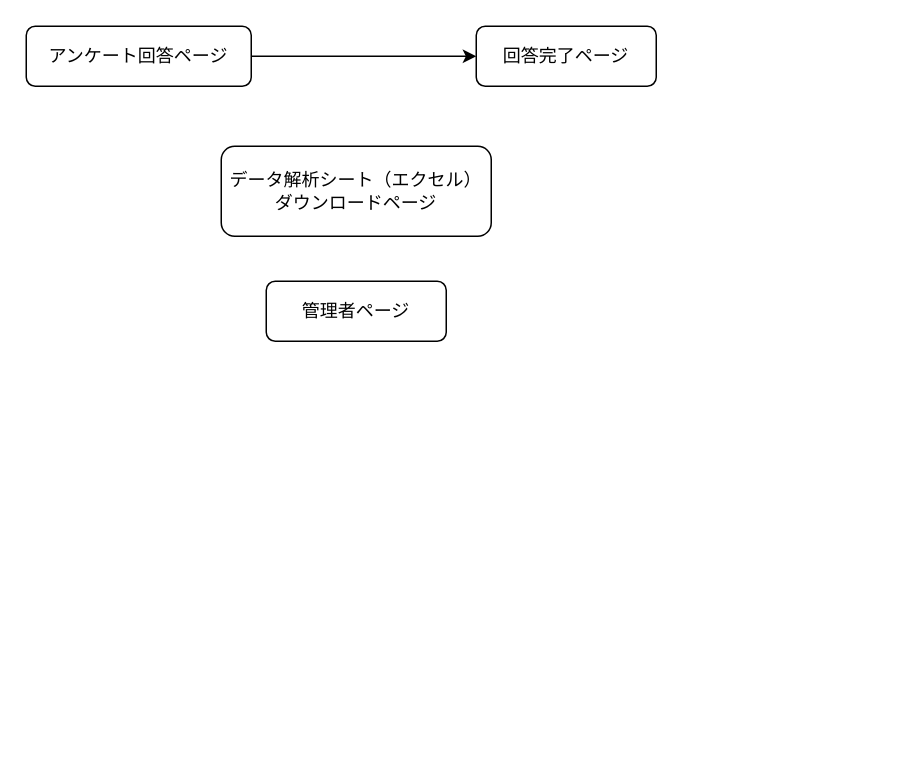
Before: page "ページ2" (2 of 2) of ER.dio in koseki3104/marketing_date, a draw.io diagram. Source tidied: cells renumbered, new cells numbered last; positions are measured from the earlier drawing's top-left corner, leaving out a move shared by most shapes. Both pictures are drawn from the tidied source at 150%, with x=0, y=0 at pixel (26, 26).
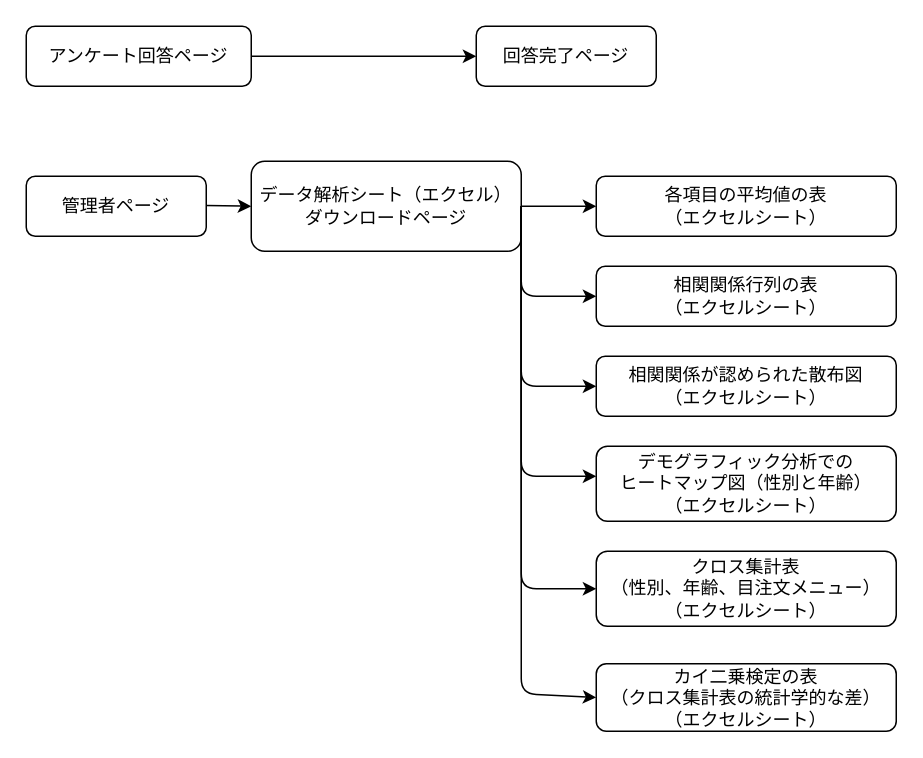
Above is the later version.

Change to the diagram source:
```diff
@@
+    <mxCell id="7" style="edgeStyle=none;html=1;" parent="1" edge="1" source="5" target="8">
+      <mxGeometry relative="1" as="geometry" />
+    </mxCell>
     <mxCell id="5" value="データ解析シート（エクセル）ダウンロードページ" style="rounded=1;whiteSpace=wrap;html=1;" parent="1" vertex="1">
-      <mxGeometry x="130" y="80" width="180" height="60" as="geometry" />
+      <mxGeometry x="150" y="90" width="180" height="60" as="geometry" />
     </mxCell>
     <mxCell id="6" value="管理者ページ" style="rounded=1;whiteSpace=wrap;html=1;" parent="1" vertex="1">
-      <mxGeometry x="160" y="170" width="120" height="40" as="geometry" />
+      <mxGeometry y="100" width="120" height="40" as="geometry" />
     </mxCell>
+    <mxCell id="8" value="各項目の平均値の表&lt;br&gt;（エクセルシート）" style="rounded=1;whiteSpace=wrap;html=1;" parent="1" vertex="1">
+      <mxGeometry x="380" y="100" width="200" height="40" as="geometry" />
+    </mxCell>
+    <mxCell id="9" value="相関関係行列の表&lt;br&gt;（エクセルシート）" style="rounded=1;whiteSpace=wrap;html=1;" parent="1" vertex="1">
+      <mxGeometry x="380" y="160" width="200" height="40" as="geometry" />
+    </mxCell>
+    <mxCell id="10" value="相関関係が認められた散布図&lt;br&gt;（エクセルシート）" style="rounded=1;whiteSpace=wrap;html=1;" parent="1" vertex="1">
+      <mxGeometry x="380" y="220" width="200" height="40" as="geometry" />
+    </mxCell>
+    <mxCell id="11" value="デモグラフィック分析での&lt;br&gt;ヒートマップ図（性別と年齢）&lt;br&gt;（エクセルシート）" style="rounded=1;whiteSpace=wrap;html=1;" parent="1" vertex="1">
+      <mxGeometry x="380" y="280" width="200" height="50" as="geometry" />
+    </mxCell>
+    <mxCell id="12" value="クロス集計表&lt;br&gt;（性別、年齢、目注文メニュー）&lt;br&gt;（エクセルシート）" style="rounded=1;whiteSpace=wrap;html=1;" parent="1" vertex="1">
+      <mxGeometry x="380" y="350" width="200" height="50" as="geometry" />
+    </mxCell>
+    <mxCell id="13" value="カイ二乗検定の表&lt;br&gt;（クロス集計表の統計学的な差）&lt;br&gt;（エクセルシート）" style="rounded=1;whiteSpace=wrap;html=1;" parent="1" vertex="1">
+      <mxGeometry x="380" y="425" width="200" height="45" as="geometry" />
+    </mxCell>
+    <mxCell id="14" style="endArrow=classic;html=1;entryX=0;entryY=0.5;entryDx=0;entryDy=0;exitX=1;exitY=0.5;exitDx=0;exitDy=0;" parent="1" edge="1" source="5" target="9">
+      <mxGeometry relative="1" as="geometry">
+        <Array as="points">
+          <mxPoint x="330" y="180" />
+        </Array>
+      </mxGeometry>
+    </mxCell>
+    <mxCell id="15" style="endArrow=classic;html=1;entryX=0;entryY=0.5;entryDx=0;entryDy=0;" parent="1" edge="1" target="10">
+      <mxGeometry relative="1" as="geometry">
+        <mxPoint x="330" y="120" as="sourcePoint" />
+        <Array as="points">
+          <mxPoint x="330" y="240" />
+        </Array>
+      </mxGeometry>
+    </mxCell>
+    <mxCell id="16" style="endArrow=classic;html=1;" parent="1" edge="1">
+      <mxGeometry relative="1" as="geometry">
+        <mxPoint x="330" y="120" as="sourcePoint" />
+        <mxPoint x="380" y="300" as="targetPoint" />
+        <Array as="points">
+          <mxPoint x="330" y="300" />
+        </Array>
+      </mxGeometry>
+    </mxCell>
+    <mxCell id="17" style="endArrow=classic;html=1;entryX=0;entryY=0.5;entryDx=0;entryDy=0;" parent="1" edge="1" target="12">
+      <mxGeometry relative="1" as="geometry">
+        <mxPoint x="330" y="120" as="sourcePoint" />
+        <Array as="points">
+          <mxPoint x="330" y="375" />
+        </Array>
+      </mxGeometry>
+    </mxCell>
+    <mxCell id="18" style="endArrow=classic;html=1;entryX=0;entryY=0.5;entryDx=0;entryDy=0;" parent="1" edge="1" target="13">
+      <mxGeometry relative="1" as="geometry">
+        <mxPoint x="330" y="120" as="sourcePoint" />
+        <Array as="points">
+          <mxPoint x="330" y="445" />
+        </Array>
+      </mxGeometry>
+    </mxCell>
+    <mxCell id="19" style="edgeStyle=none;html=1;" parent="1" edge="1">
+      <mxGeometry relative="1" as="geometry">
+        <mxPoint x="120" y="119.5" as="sourcePoint" />
+        <mxPoint x="150" y="120" as="targetPoint" />
+      </mxGeometry>
+    </mxCell>
```
